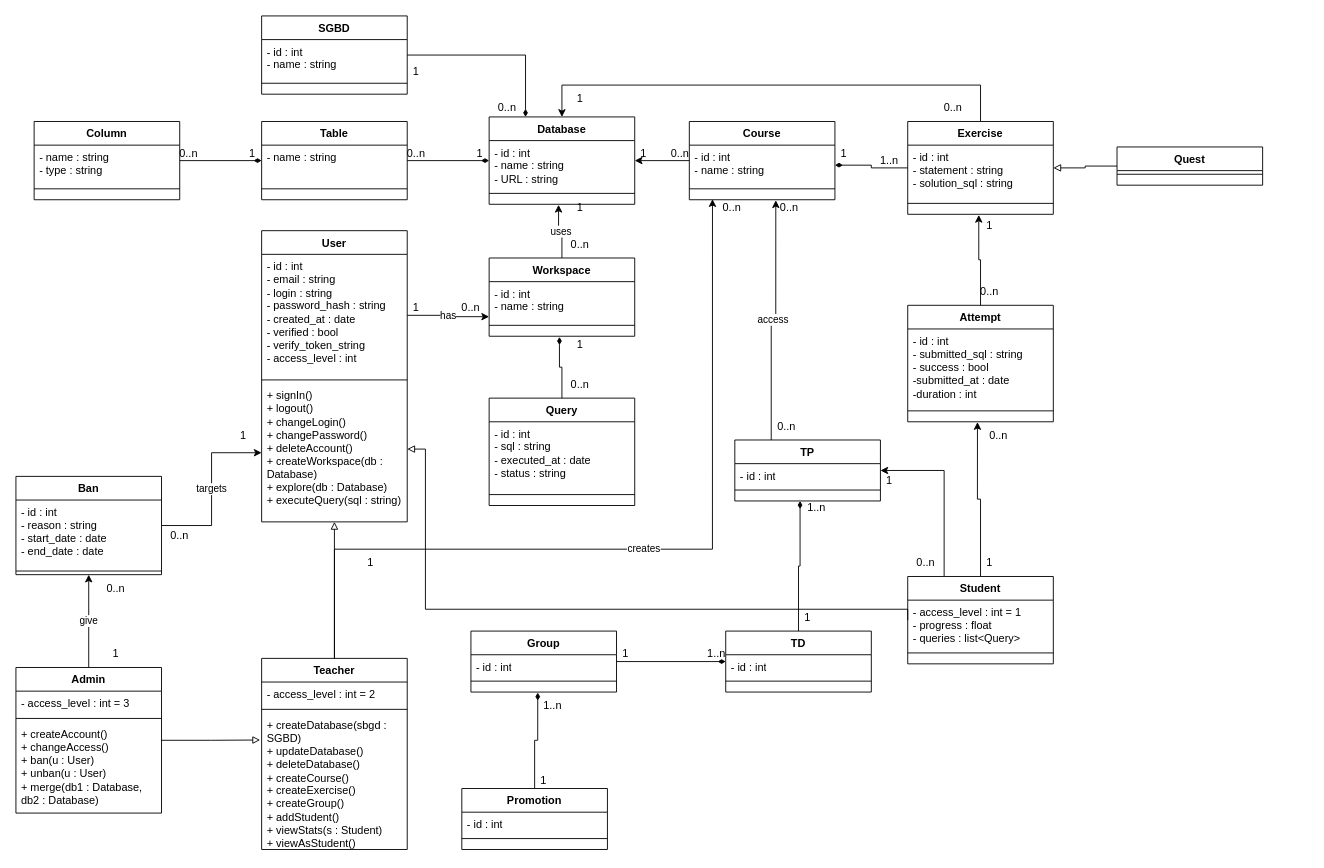
Before: DiagrammeClasses.drawio in RUIZ-Enrique-25002136/DataLab, a draw.io diagram. Source tidied: cells renumbered, new cells numbered last; positions are measured from the earlier drawing's top-left corner, leaving out a move shared by most shapes. Both pictures are drawn from the tidied source at 91%, with x=0, y=0 at pixel (15, 15).
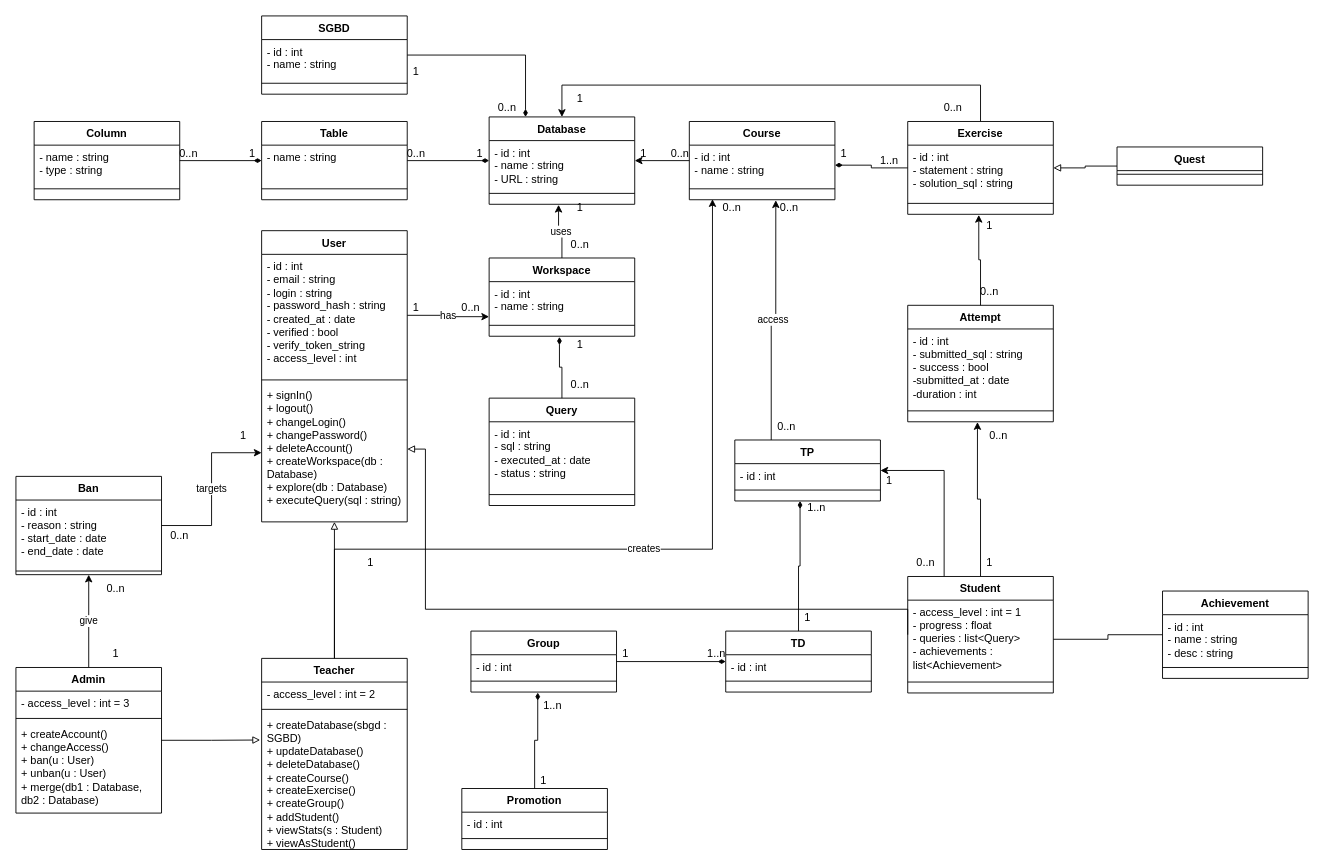
Above is the later version.

Commit message:
IMPORTANT : "Base" de Diagramme de Classes

Après consultation avec Chtioui ce diagramme est plus proche du MCD que du diagramme de classes.
Je passe donc sur une rédaction propre du MCD avec Looping tout en gardant cette "base" pour plus tard

Diff of the diagram source:
```diff
@@
     <mxCell id="90" value="Student" style="swimlane;fontStyle=1;align=center;verticalAlign=top;horizontal=1;startSize=26;whiteSpace=wrap;html=1;" parent="1" vertex="1">
-      <mxGeometry x="980" y="616" width="160" height="96" as="geometry" />
+      <mxGeometry x="980" y="616" width="160" height="128" as="geometry" />
     </mxCell>
-    <mxCell id="91" value="&lt;div&gt;- access_level : int = 1&lt;/div&gt;&lt;div&gt;- progress : float&lt;/div&gt;&lt;div&gt;- queries : list&amp;lt;Query&amp;gt;&lt;/div&gt;" style="text;strokeColor=none;fillColor=none;align=left;verticalAlign=top;spacingLeft=4;spacingRight=4;overflow=hidden;points=[[0,0.5],[1,0.5]];portConstraint=eastwest;whiteSpace=wrap;html=1;" parent="90" vertex="1">
-      <mxGeometry y="26" width="160" height="54" as="geometry" />
+    <mxCell id="91" value="&lt;div&gt;- access_level : int = 1&lt;/div&gt;&lt;div&gt;- progress : float&lt;/div&gt;&lt;div&gt;- queries : list&amp;lt;Query&amp;gt;&lt;/div&gt;&lt;div&gt;- achievements : list&amp;lt;Achievement&amp;gt;&lt;/div&gt;" style="text;strokeColor=none;fillColor=none;align=left;verticalAlign=top;spacingLeft=4;spacingRight=4;overflow=hidden;points=[[0,0.5],[1,0.5]];portConstraint=eastwest;whiteSpace=wrap;html=1;" parent="90" vertex="1">
+      <mxGeometry y="26" width="160" height="86" as="geometry" />
     </mxCell>
     <mxCell id="92" style="line;strokeWidth=1;fillColor=none;align=left;verticalAlign=middle;spacingTop=-1;spacingLeft=3;spacingRight=3;labelPosition=right;strokeColor=inherit;labelPerimeter=1;" parent="90" vertex="1">
-      <mxGeometry y="80" width="160" height="8" as="geometry" />
+      <mxGeometry y="112" width="160" height="8" as="geometry" />
     </mxCell>
     <mxCell id="93" value="&lt;div&gt;&lt;br&gt;&lt;/div&gt;" style="text;strokeColor=none;fillColor=none;align=left;verticalAlign=top;spacingLeft=4;spacingRight=4;overflow=hidden;whiteSpace=wrap;html=1;" parent="90" vertex="1">
-      <mxGeometry y="88" width="160" height="8" as="geometry" />
+      <mxGeometry y="120" width="160" height="8" as="geometry" />
     </mxCell>
@@
+    <mxCell id="137" style="edgeStyle=orthogonalEdgeStyle;rounded=0;jettySize=auto;html=1;defaultLabelBackgroundColor=page;endArrow=none;endFill=0;" parent="1" edge="1" source="138" target="91">
+      <mxGeometry relative="1" as="geometry" />
+    </mxCell>
+    <mxCell id="138" value="Achievement" style="swimlane;fontStyle=1;align=center;verticalAlign=top;horizontal=1;startSize=26;whiteSpace=wrap;html=1;" parent="1" vertex="1">
+      <mxGeometry x="1260" y="632" width="160" height="96" as="geometry" />
+    </mxCell>
+    <mxCell id="139" value="&lt;div&gt;- id : int&lt;/div&gt;&lt;div&gt;- name : string&lt;/div&gt;&lt;div&gt;- desc : string&lt;/div&gt;" style="text;strokeColor=none;fillColor=none;align=left;verticalAlign=top;spacingLeft=4;spacingRight=4;overflow=hidden;whiteSpace=wrap;html=1;" parent="138" vertex="1">
+      <mxGeometry y="26" width="160" height="54" as="geometry" />
+    </mxCell>
+    <mxCell id="140" style="line;strokeWidth=1;fillColor=none;align=left;verticalAlign=middle;spacingTop=-1;spacingLeft=3;spacingRight=3;labelPosition=right;strokeColor=inherit;labelPerimeter=1;" parent="138" vertex="1">
+      <mxGeometry y="80" width="160" height="8" as="geometry" />
+    </mxCell>
+    <mxCell id="141" value="&lt;div&gt;&lt;br&gt;&lt;/div&gt;" style="text;strokeColor=none;fillColor=none;align=left;verticalAlign=top;spacingLeft=4;spacingRight=4;overflow=hidden;whiteSpace=wrap;html=1;" parent="138" vertex="1">
+      <mxGeometry y="88" width="160" height="8" as="geometry" />
+    </mxCell>
```
